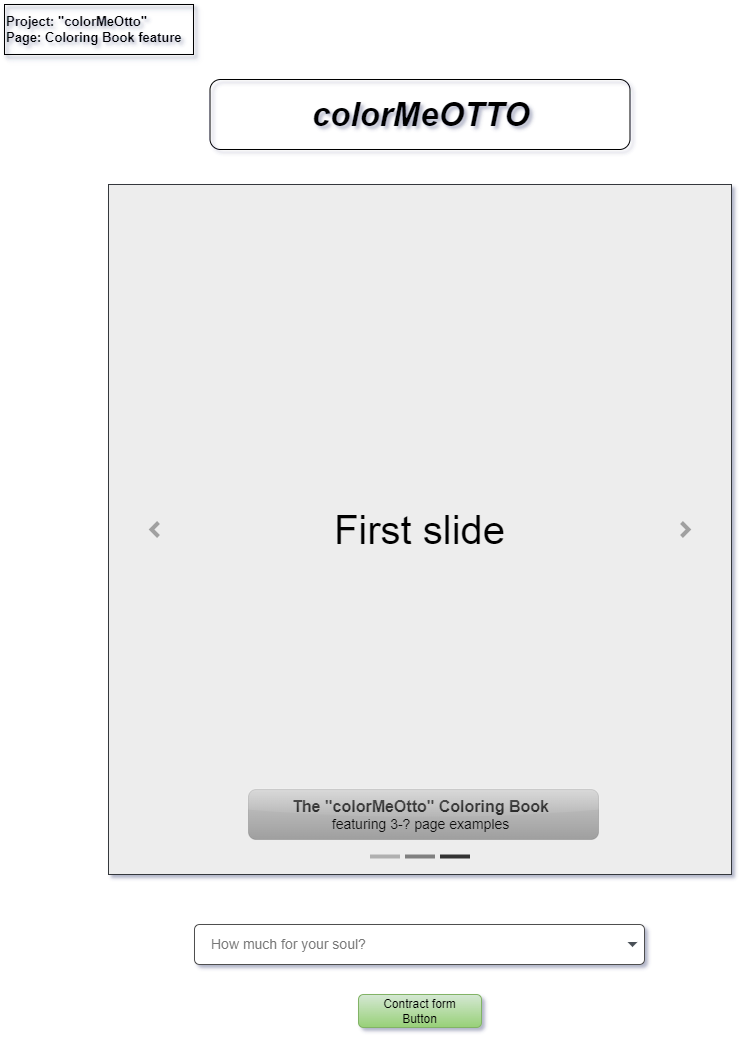
Earlier version of the draw.io export Wireframes/Coloring_Book_Blueprint (Pg. 2).png (CGOdom/colorMeOtto). Source tidied: cells renumbered, new cells last; positions are measured from the earlier drawing's top-left corner, leaving out a move shared by most shapes.
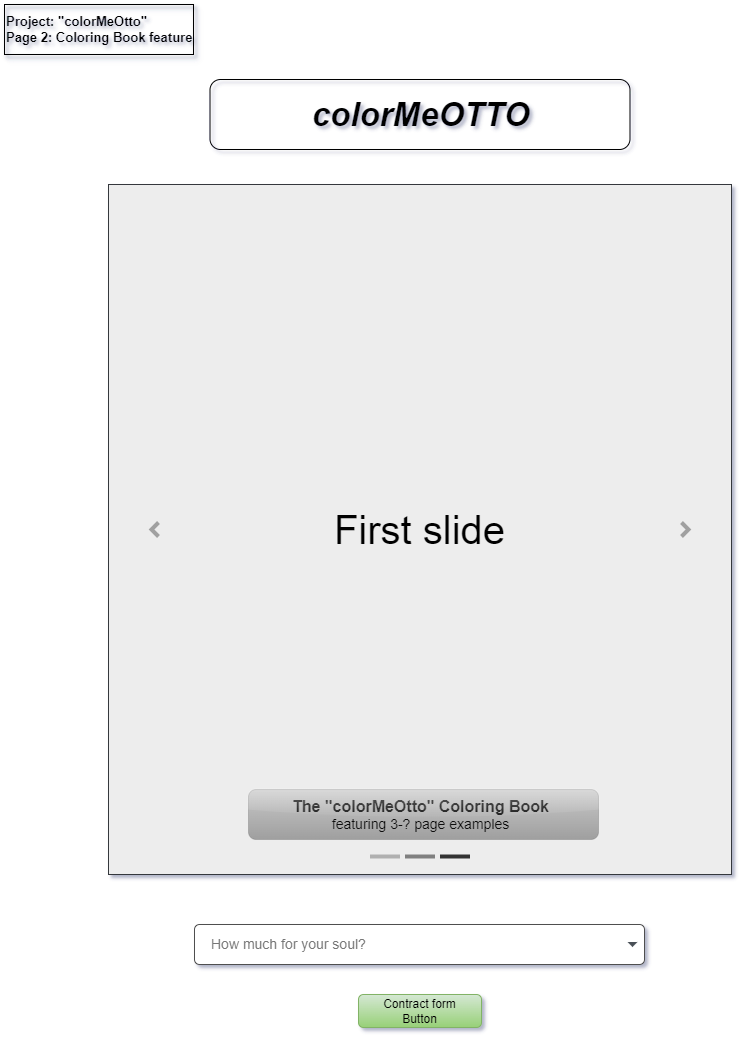
After the change.

Diff of the diagram source:
```diff
@@ -55,7 +55,7 @@
     <mxCell id="14" style="rounded=1;whiteSpace=wrap;html=1;fillColor=none;" parent="1" vertex="1">
       <mxGeometry x="205.5" y="75" width="420" height="70" as="geometry" />
     </mxCell>
-    <mxCell id="15" value="&lt;b style=&quot;font-size: 13px;&quot;&gt;&lt;font style=&quot;font-size: 13px;&quot;&gt;Project: &quot;colorMeOtto&quot;&lt;/font&gt;&lt;/b&gt;&lt;div style=&quot;font-size: 13px;&quot;&gt;&lt;b&gt;&lt;font style=&quot;font-size: 13px;&quot;&gt;Page: Coloring Book&amp;nbsp;&lt;span style=&quot;background-color: initial;&quot;&gt;feature&lt;/span&gt;&lt;/font&gt;&lt;/b&gt;&lt;/div&gt;" style="rounded=0;whiteSpace=wrap;html=1;fillColor=none;shadow=1;align=left;" parent="1" vertex="1">
+    <mxCell id="15" value="&lt;b style=&quot;font-size: 13px;&quot;&gt;&lt;font style=&quot;font-size: 13px;&quot;&gt;Project: &quot;colorMeOtto&quot;&lt;/font&gt;&lt;/b&gt;&lt;div style=&quot;font-size: 13px;&quot;&gt;&lt;b&gt;&lt;font style=&quot;font-size: 13px;&quot;&gt;Page 2: Coloring Book&amp;nbsp;&lt;span style=&quot;background-color: initial;&quot;&gt;feature&lt;/span&gt;&lt;/font&gt;&lt;/b&gt;&lt;/div&gt;" style="rounded=0;whiteSpace=wrap;html=1;fillColor=none;shadow=1;align=left;" parent="1" vertex="1">
       <mxGeometry width="189" height="50" as="geometry" />
     </mxCell>
   </root>
```
